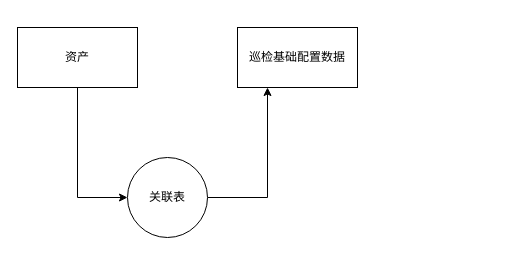
The draw.io diagram Untitled Diagram.drawio in x1126565832/pic, before the edit. Source tidied: cells renumbered, new cells numbered last; positions are measured from the earlier drawing's top-left corner, leaving out a move shared by most shapes. Both pictures are drawn from the tidied source at 100%, with x=0, y=0 at pixel (17, 27).
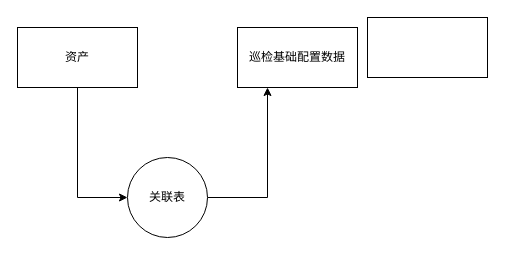
After the change.

Commit message:
资产与巡检基础配置项关联.drawio

The edit, as a diff of the source:
```diff
@@
 <mxGraphModel>
   <root>
     <mxCell id="0" />
     <mxCell id="1" parent="0" />
     <mxCell id="2" style="edgeStyle=orthogonalEdgeStyle;rounded=0;jettySize=auto;html=1;entryX=0;entryY=0.5;entryDx=0;entryDy=0;" parent="1" edge="1" source="3" target="6">
       <mxGeometry relative="1" as="geometry" />
     </mxCell>
     <mxCell id="3" value="资产" style="rounded=0;whiteSpace=wrap;html=1;" parent="1" vertex="1">
       <mxGeometry width="120" height="60" as="geometry" />
     </mxCell>
     <mxCell id="4" value="巡检基础配置数据" style="whiteSpace=wrap;html=1;" parent="1" vertex="1">
       <mxGeometry x="220" width="120" height="60" as="geometry" />
     </mxCell>
     <mxCell id="5" style="edgeStyle=orthogonalEdgeStyle;rounded=0;jettySize=auto;html=1;entryX=0.25;entryY=1;entryDx=0;entryDy=0;" parent="1" edge="1" source="6" target="4">
       <mxGeometry relative="1" as="geometry" />
     </mxCell>
     <mxCell id="6" value="关联表" style="ellipse;whiteSpace=wrap;html=1;" parent="1" vertex="1">
       <mxGeometry x="110" y="130" width="80" height="80" as="geometry" />
     </mxCell>
+    <mxCell id="7" style="whiteSpace=wrap;html=1;" parent="1" vertex="1">
+      <mxGeometry x="350" y="-10" width="120" height="60" as="geometry" />
+    </mxCell>
   </root>
 </mxGraphModel>
```
